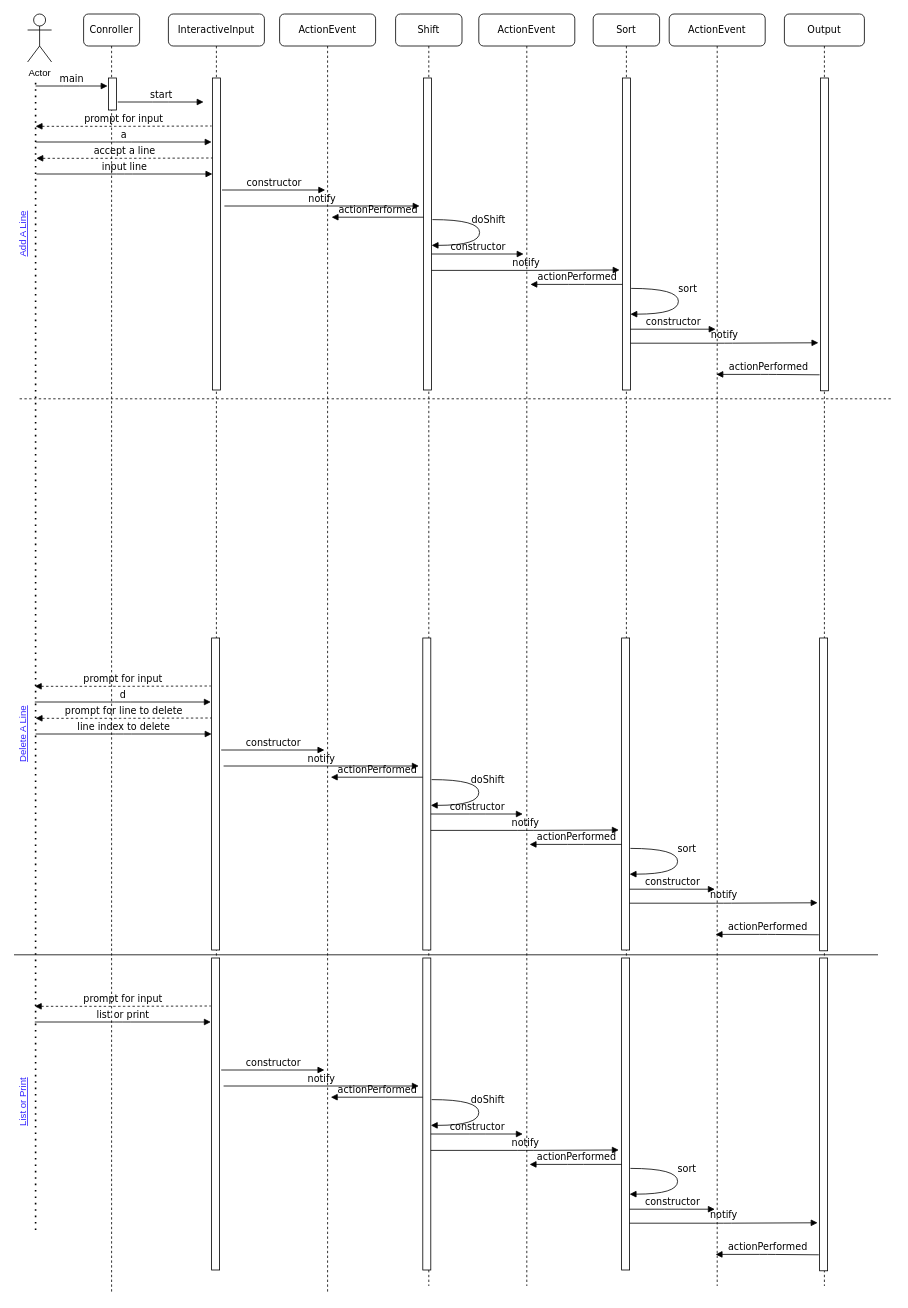
Earlier version of the draw.io diagram HW2Q1.drawio (parveshj/577). Source tidied: cells renumbered, new cells numbered last; positions are measured from the earlier drawing's top-left corner, leaving out a move shared by most shapes. Both pictures are drawn from the tidied source at 80%, with x=0, y=0 at pixel (-9, 14).
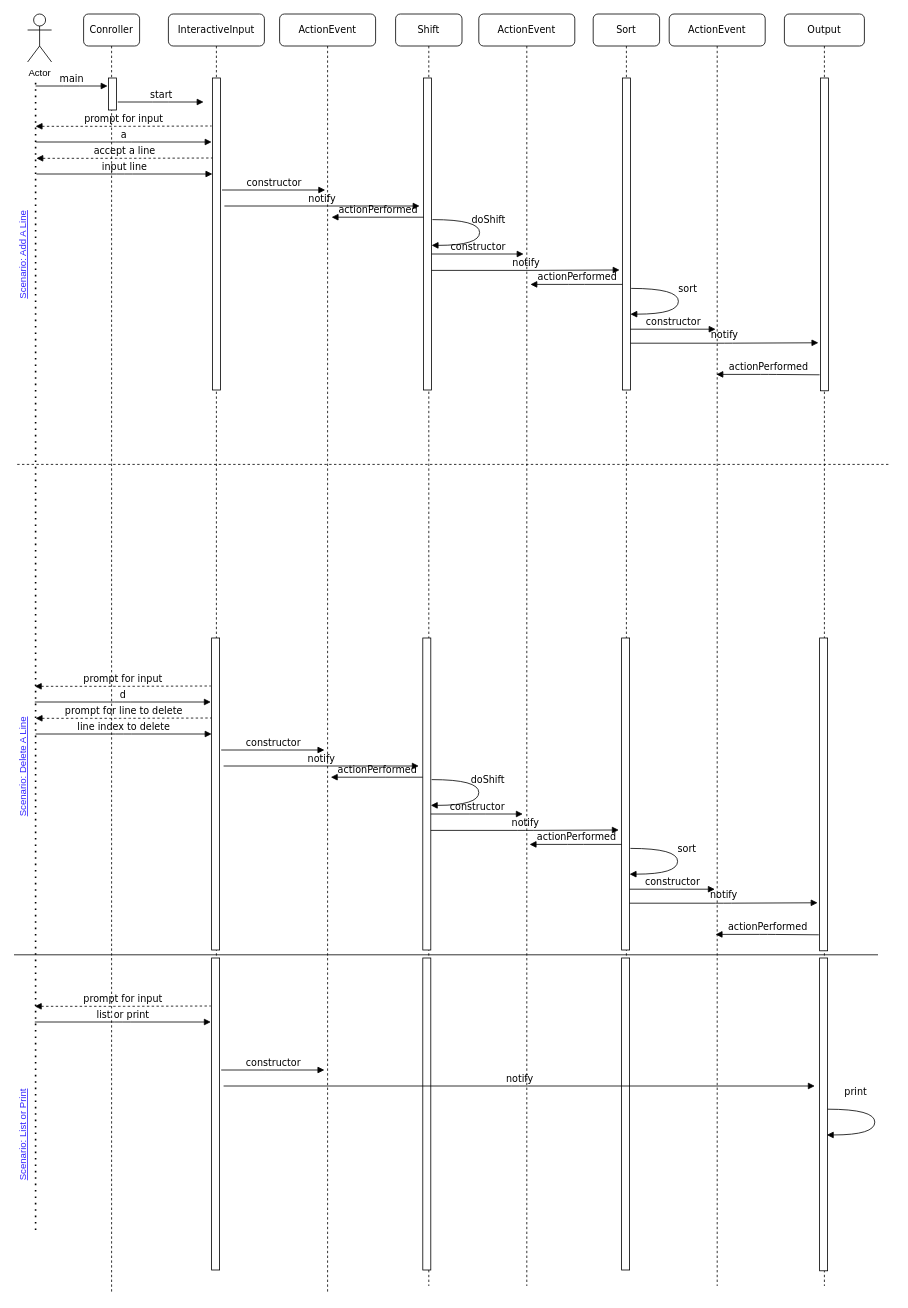
Above is the later version.

The edit, as a diff of the source:
```diff
@@
     <mxCell id="15" style="endArrow=none;html=1;dashed=1;" parent="1" edge="1">
       <mxGeometry relative="1" as="geometry">
-        <mxPoint x="35" y="481" as="sourcePoint" />
-        <mxPoint x="1127" y="481" as="targetPoint" />
+        <mxPoint x="32" y="563" as="sourcePoint" />
+        <mxPoint x="1124" y="563" as="targetPoint" />
       </mxGeometry>
     </mxCell>
@@
-    <mxCell id="57" value="doShift" style="html=1;verticalAlign=bottom;endArrow=block;labelBackgroundColor=none;fontFamily=Verdana;fontSize=12;elbow=vertical;edgeStyle=orthogonalEdgeStyle;curved=1;exitX=1.1;exitY=0.2;exitDx=0;exitDy=0;exitPerimeter=0;" parent="1" edge="1">
-      <mxGeometry x="-0.09" y="11" relative="1" as="geometry">
-        <mxPoint x="550" y="1357" as="sourcePoint" />
-        <mxPoint x="549" y="1389.2" as="targetPoint" />
-        <Array as="points">
-          <mxPoint x="609" y="1357" />
-          <mxPoint x="609" y="1389" />
-        </Array>
-      </mxGeometry>
-    </mxCell>
@@
+    <mxCell id="62" style="html=1;perimeter=orthogonalPerimeter;rounded=0;shadow=0;comic=0;labelBackgroundColor=none;strokeWidth=1;fontFamily=Verdana;fontSize=12;align=center;" parent="1" vertex="1">
+      <mxGeometry x="539" y="1180" width="10" height="390" as="geometry" />
+    </mxCell>
     <mxCell id="61" value="notify" style="html=1;verticalAlign=bottom;endArrow=block;labelBackgroundColor=none;fontFamily=Verdana;fontSize=12;edgeStyle=elbowEdgeStyle;elbow=horizontal;" parent="1" edge="1">
       <mxGeometry relative="1" as="geometry">
         <mxPoint x="290" y="1340" as="sourcePoint" />
-        <mxPoint x="534" y="1340" as="targetPoint" />
+        <mxPoint x="1029" y="1340" as="targetPoint" />
       </mxGeometry>
     </mxCell>
-    <mxCell id="62" style="html=1;perimeter=orthogonalPerimeter;rounded=0;shadow=0;comic=0;labelBackgroundColor=none;strokeWidth=1;fontFamily=Verdana;fontSize=12;align=center;" parent="1" vertex="1">
-      <mxGeometry x="539" y="1180" width="10" height="390" as="geometry" />
-    </mxCell>
-    <mxCell id="63" value="constructor" style="html=1;verticalAlign=bottom;endArrow=block;labelBackgroundColor=none;fontFamily=Verdana;fontSize=12;edgeStyle=elbowEdgeStyle;elbow=horizontal;" parent="1" edge="1">
-      <mxGeometry relative="1" as="geometry">
-        <mxPoint x="549" y="1400" as="sourcePoint" />
-        <mxPoint x="664" y="1400" as="targetPoint" />
-      </mxGeometry>
-    </mxCell>
-    <mxCell id="64" value="notify" style="html=1;verticalAlign=bottom;endArrow=block;labelBackgroundColor=none;fontFamily=Verdana;fontSize=12;edgeStyle=elbowEdgeStyle;elbow=horizontal;" parent="1" edge="1">
-      <mxGeometry relative="1" as="geometry">
-        <mxPoint x="549" y="1420.5" as="sourcePoint" />
-        <mxPoint x="784" y="1420" as="targetPoint" />
-      </mxGeometry>
-    </mxCell>
-    <mxCell id="65" value="sort" style="html=1;verticalAlign=bottom;endArrow=block;labelBackgroundColor=none;fontFamily=Verdana;fontSize=12;elbow=vertical;edgeStyle=orthogonalEdgeStyle;curved=1;exitX=1.1;exitY=0.2;exitDx=0;exitDy=0;exitPerimeter=0;" parent="1" edge="1">
-      <mxGeometry x="-0.09" y="11" relative="1" as="geometry">
-        <mxPoint x="798.5" y="1443" as="sourcePoint" />
-        <mxPoint x="797.5" y="1475.2" as="targetPoint" />
+    <mxCell id="65" value="print" style="html=1;verticalAlign=bottom;endArrow=block;labelBackgroundColor=none;fontFamily=Verdana;fontSize=12;elbow=vertical;edgeStyle=orthogonalEdgeStyle;curved=1;exitX=1.1;exitY=0.2;exitDx=0;exitDy=0;exitPerimeter=0;" parent="1" edge="1">
+      <mxGeometry x="-0.54" y="12" relative="1" as="geometry">
+        <mxPoint x="1045" y="1369" as="sourcePoint" />
+        <mxPoint x="1044" y="1401.2" as="targetPoint" />
         <Array as="points">
-          <mxPoint x="857.5" y="1443" />
-          <mxPoint x="857.5" y="1475" />
+          <mxPoint x="1104" y="1369" />
+          <mxPoint x="1104" y="1401" />
         </Array>
       </mxGeometry>
     </mxCell>
-    <mxCell id="66" value="notify" style="html=1;verticalAlign=bottom;endArrow=block;labelBackgroundColor=none;fontFamily=Verdana;fontSize=12;edgeStyle=elbowEdgeStyle;elbow=horizontal;" parent="1" edge="1">
-      <mxGeometry relative="1" as="geometry">
-        <mxPoint x="797.5" y="1511.5" as="sourcePoint" />
-        <mxPoint x="1032.5" y="1511" as="targetPoint" />
-      </mxGeometry>
-    </mxCell>
-    <mxCell id="67" value="constructor" style="html=1;verticalAlign=bottom;endArrow=block;labelBackgroundColor=none;fontFamily=Verdana;fontSize=12;edgeStyle=elbowEdgeStyle;elbow=horizontal;" parent="1" edge="1">
-      <mxGeometry relative="1" as="geometry">
-        <mxPoint x="797.5" y="1494" as="sourcePoint" />
-        <mxPoint x="904" y="1494" as="targetPoint" />
-      </mxGeometry>
-    </mxCell>
-    <mxCell id="68" value="actionPerformed" style="html=1;verticalAlign=bottom;endArrow=none;labelBackgroundColor=none;fontFamily=Verdana;fontSize=12;edgeStyle=elbowEdgeStyle;elbow=horizontal;startArrow=block;startFill=1;endFill=0;" parent="1" edge="1">
-      <mxGeometry relative="1" as="geometry">
-        <mxPoint x="424" y="1354" as="sourcePoint" />
-        <mxPoint x="539" y="1354" as="targetPoint" />
-      </mxGeometry>
-    </mxCell>
-    <mxCell id="69" value="actionPerformed" style="html=1;verticalAlign=bottom;endArrow=none;labelBackgroundColor=none;fontFamily=Verdana;fontSize=12;edgeStyle=elbowEdgeStyle;elbow=horizontal;startArrow=block;startFill=1;endFill=0;" parent="1" edge="1">
-      <mxGeometry relative="1" as="geometry">
-        <mxPoint x="672.5" y="1438" as="sourcePoint" />
-        <mxPoint x="787.5" y="1438" as="targetPoint" />
-      </mxGeometry>
-    </mxCell>
-    <mxCell id="70" value="actionPerformed" style="html=1;verticalAlign=bottom;endArrow=none;labelBackgroundColor=none;fontFamily=Verdana;fontSize=12;edgeStyle=elbowEdgeStyle;elbow=horizontal;startArrow=block;startFill=1;endFill=0;" parent="1" edge="1">
-      <mxGeometry relative="1" as="geometry">
-        <mxPoint x="905" y="1550.5" as="sourcePoint" />
-        <mxPoint x="1034" y="1551" as="targetPoint" />
-      </mxGeometry>
-    </mxCell>
@@
-    <mxCell id="72" value="Add A Line" style="text;html=1;strokeColor=none;fillColor=none;align=center;verticalAlign=middle;whiteSpace=wrap;rounded=1;rotation=-90;fontStyle=4;fontColor=#3224FF;" parent="1" vertex="1">
-      <mxGeometry y="265" width="80" height="20" as="geometry" />
+    <mxCell id="72" value="Scenario: Add A Line" style="text;html=1;strokeColor=none;fillColor=none;align=center;verticalAlign=middle;whiteSpace=wrap;rounded=1;rotation=-90;fontStyle=4;fontColor=#3224FF;" parent="1" vertex="1">
+      <mxGeometry x="-26" y="291" width="132" height="20" as="geometry" />
     </mxCell>
-    <mxCell id="73" value="Delete A Line" style="text;html=1;strokeColor=none;fillColor=none;align=center;verticalAlign=middle;whiteSpace=wrap;rounded=1;rotation=-90;fontStyle=4;fontColor=#3224FF;" parent="1" vertex="1">
-      <mxGeometry y="890" width="80" height="20" as="geometry" />
+    <mxCell id="73" value="Scenario: Delete A Line" style="text;html=1;strokeColor=none;fillColor=none;align=center;verticalAlign=middle;whiteSpace=wrap;rounded=1;rotation=-90;fontStyle=4;fontColor=#3224FF;" parent="1" vertex="1">
+      <mxGeometry x="-41" y="931" width="162" height="20" as="geometry" />
     </mxCell>
-    <mxCell id="74" value="List or Print" style="text;html=1;strokeColor=none;fillColor=none;align=center;verticalAlign=middle;whiteSpace=wrap;rounded=1;rotation=-90;fontStyle=4;fontColor=#3224FF;" parent="1" vertex="1">
-      <mxGeometry y="1350" width="80" height="20" as="geometry" />
+    <mxCell id="74" value="Scenario: List or Print" style="text;html=1;strokeColor=none;fillColor=none;align=center;verticalAlign=middle;whiteSpace=wrap;rounded=1;rotation=-90;fontStyle=4;fontColor=#3224FF;" parent="1" vertex="1">
+      <mxGeometry x="-41" y="1391" width="162" height="20" as="geometry" />
     </mxCell>
```
